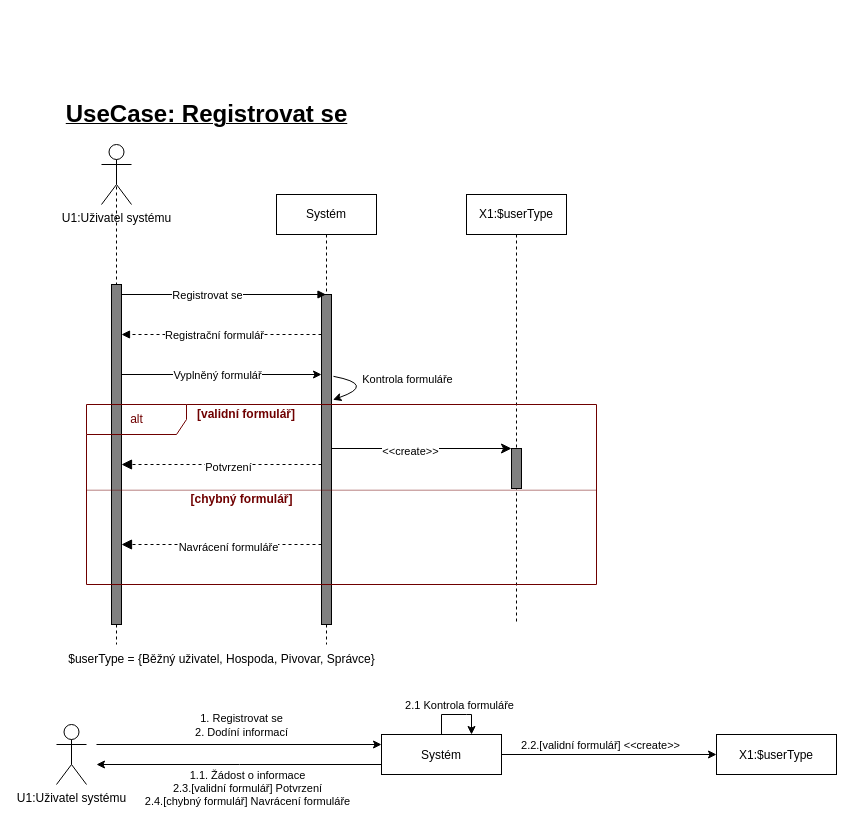
dan1235689/Diagrams keeps this draw.io diagram as page "Regidter" (1 of 12) of IUS/IUS_projekt/Sequence.drawio. Above is the earlier version. Source tidied: cells renumbered, new cells numbered last; positions are measured from the earlier drawing's top-left corner, leaving out a move shared by most shapes. Both pictures are drawn from the tidied source at 100%, with x=0, y=0 at pixel (56, 94).
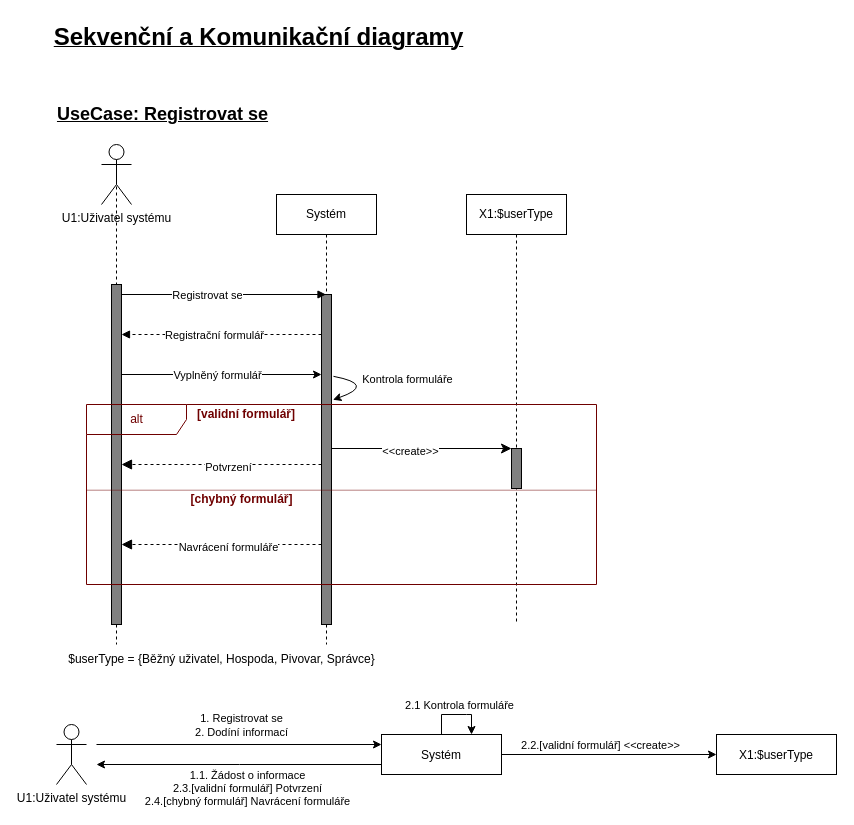
After the change.

Diff of the diagram source:
```diff
@@
-    <mxCell id="40" value="&lt;font color=&quot;#000000&quot; style=&quot;font-size: 24px;&quot;&gt;UseCase: Registrovat se&lt;/font&gt;" style="text;html=1;align=center;verticalAlign=middle;strokeColor=none;fillColor=none;fontStyle=5;" parent="1" vertex="1">
-      <mxGeometry width="300" height="40" as="geometry" />
+    <mxCell id="40" value="&lt;font color=&quot;#000000&quot; style=&quot;font-size: 18px;&quot;&gt;UseCase: Registrovat se&lt;/font&gt;" style="text;html=1;align=center;verticalAlign=middle;strokeColor=none;fillColor=none;fontStyle=5;" parent="1" vertex="1">
+      <mxGeometry x="-14" width="240" height="40" as="geometry" />
     </mxCell>
@@
+    <mxCell id="42" value="&lt;b&gt;&lt;u&gt;&lt;font style=&quot;font-size: 24px;&quot;&gt;Sekvenční a Komunikační diagramy&lt;/font&gt;&lt;/u&gt;&lt;/b&gt;" style="text;html=1;align=center;verticalAlign=middle;strokeColor=none;fillColor=none;" parent="1" vertex="1">
+      <mxGeometry x="-13" y="-77" width="430" height="40" as="geometry" />
+    </mxCell>
```
